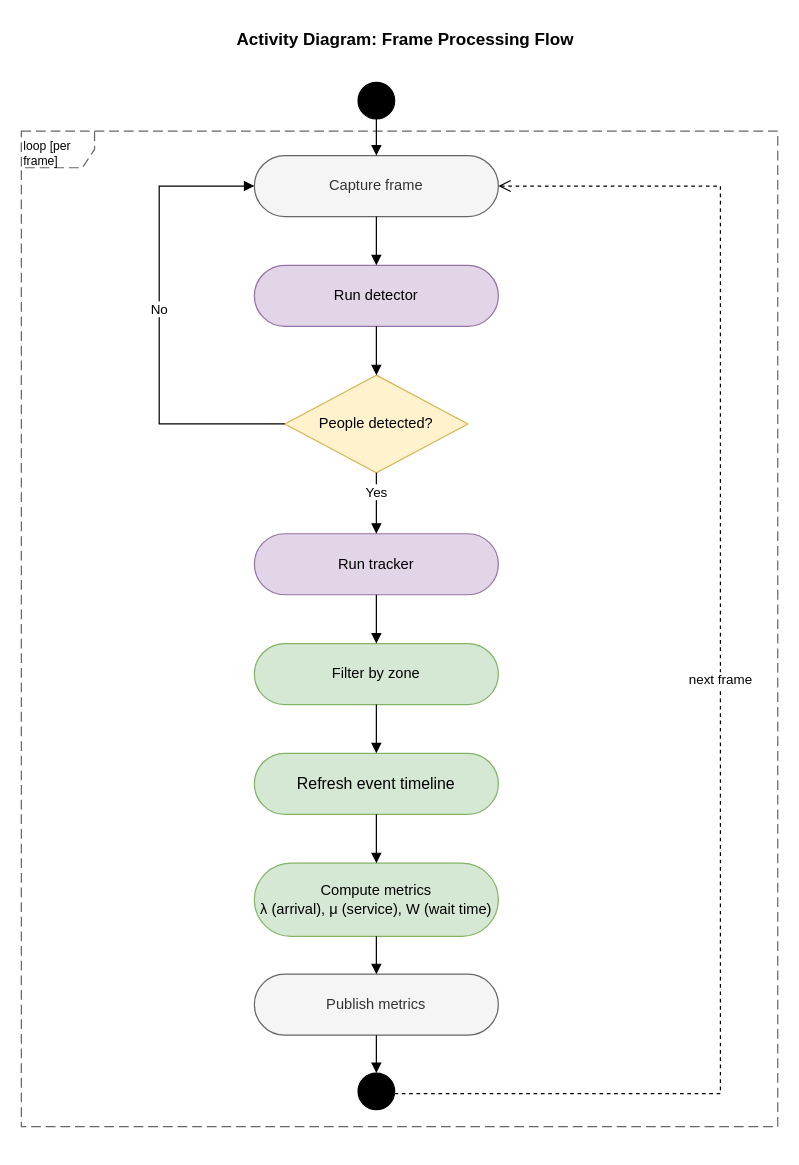
Salmen-BA21/Queue-Wait-Time-Estimation keeps this draw.io diagram as report-latex/figures/drawio/chapter3_activity.drawio. Above is the earlier version. Source tidied: cells renumbered, new cells numbered last; positions are measured from the earlier drawing's top-left corner, leaving out a move shared by most shapes. Both pictures are drawn from the tidied source at 122%, with x=0, y=0 at pixel (21, 21).
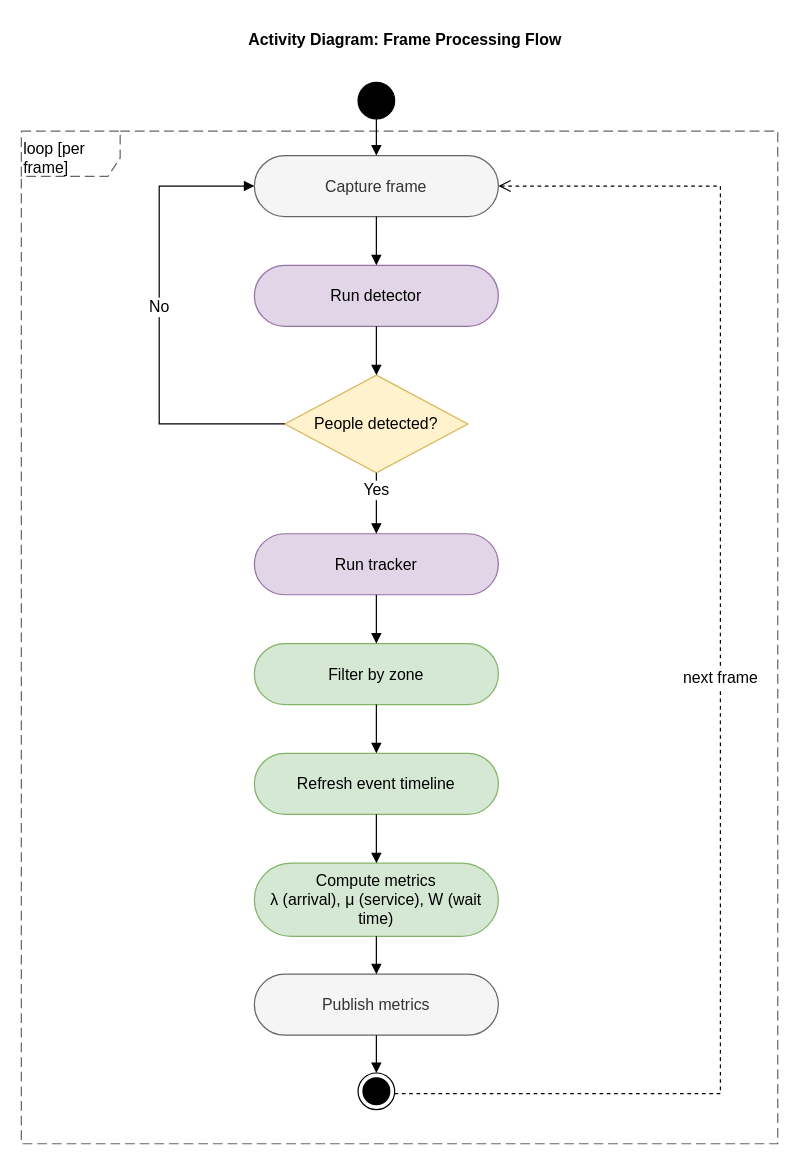
After the change.

Diff of the diagram source:
```diff
@@
-    <mxCell id="2" value="loop [per frame]" style="shape=umlFrame;whiteSpace=wrap;html=1;fillColor=none;strokeColor=#666666;dashed=1;dashPattern=8 4;fontSize=10;verticalAlign=top;align=left;" parent="1" vertex="1">
-      <mxGeometry y="90" width="620" height="816" as="geometry" />
+    <mxCell id="2" value="loop [per frame]" style="shape=umlFrame;whiteSpace=wrap;html=1;fillColor=none;strokeColor=#666666;dashed=1;dashPattern=8 4;fontSize=13;verticalAlign=top;align=left;strokeWidth=1;width=81;height=37;" parent="1" vertex="1">
+      <mxGeometry y="90" width="620" height="830" as="geometry" />
     </mxCell>
-    <mxCell id="3" value="&amp;nbsp;Activity Diagram: Frame Processing Flow" style="text;html=1;strokeColor=none;fillColor=none;align=center;verticalAlign=middle;whiteSpace=wrap;rounded=0;fontSize=14;fontStyle=1;" parent="1" vertex="1">
+    <mxCell id="3" value="&amp;nbsp;Activity Diagram: Frame Processing Flow" style="text;html=1;strokeColor=none;fillColor=none;align=center;verticalAlign=middle;whiteSpace=wrap;rounded=0;fontSize=13;fontStyle=1;strokeWidth=1;" parent="1" vertex="1">
       <mxGeometry x="13" width="600" height="30" as="geometry" />
     </mxCell>
-    <mxCell id="4" style="ellipse;html=1;shape=doubleEllipse;whiteSpace=wrap;fillColor=#000000;strokeColor=#000000;" parent="1" vertex="1">
+    <mxCell id="4" style="ellipse;html=1;shape=doubleEllipse;whiteSpace=wrap;fillColor=#000000;strokeColor=#000000;strokeWidth=1;fontSize=13;" parent="1" vertex="1">
       <mxGeometry x="276" y="50" width="30" height="30" as="geometry" />
     </mxCell>
-    <mxCell id="5" value="Capture frame" style="rounded=1;whiteSpace=wrap;html=1;arcSize=50;fillColor=#f5f5f5;strokeColor=#666666;fontColor=#333333;" parent="1" vertex="1">
+    <mxCell id="5" value="Capture frame" style="rounded=1;whiteSpace=wrap;html=1;arcSize=50;fillColor=#f5f5f5;strokeColor=#666666;fontColor=#333333;strokeWidth=1;fontSize=13;" parent="1" vertex="1">
       <mxGeometry x="191" y="110" width="200" height="50" as="geometry" />
     </mxCell>
-    <mxCell id="6" value="Run detector" style="rounded=1;whiteSpace=wrap;html=1;arcSize=50;fillColor=#e1d5e7;strokeColor=#9673a6;" parent="1" vertex="1">
+    <mxCell id="6" value="Run detector" style="rounded=1;whiteSpace=wrap;html=1;arcSize=50;fillColor=#e1d5e7;strokeColor=#9673a6;strokeWidth=1;fontSize=13;" parent="1" vertex="1">
       <mxGeometry x="191" y="200" width="200" height="50" as="geometry" />
     </mxCell>
-    <mxCell id="7" value="People detected?" style="rhombus;whiteSpace=wrap;html=1;fillColor=#fff2cc;strokeColor=#d6b656;verticalAlign=middle;" parent="1" vertex="1">
+    <mxCell id="7" value="People detected?" style="rhombus;whiteSpace=wrap;html=1;fillColor=#fff2cc;strokeColor=#d6b656;verticalAlign=middle;strokeWidth=1;fontSize=13;" parent="1" vertex="1">
       <mxGeometry x="216" y="290" width="150" height="80" as="geometry" />
     </mxCell>
-    <mxCell id="8" value="Run tracker" style="rounded=1;whiteSpace=wrap;html=1;arcSize=50;fillColor=#e1d5e7;strokeColor=#9673a6;" parent="1" vertex="1">
+    <mxCell id="8" value="Run tracker" style="rounded=1;whiteSpace=wrap;html=1;arcSize=50;fillColor=#e1d5e7;strokeColor=#9673a6;strokeWidth=1;fontSize=13;" parent="1" vertex="1">
       <mxGeometry x="191" y="420" width="200" height="50" as="geometry" />
     </mxCell>
-    <mxCell id="9" value="Filter by zone" style="rounded=1;whiteSpace=wrap;html=1;arcSize=50;fillColor=#d5e8d4;strokeColor=#82b366;" parent="1" vertex="1">
+    <mxCell id="9" value="Filter by zone" style="rounded=1;whiteSpace=wrap;html=1;arcSize=50;fillColor=#d5e8d4;strokeColor=#82b366;strokeWidth=1;fontSize=13;" parent="1" vertex="1">
       <mxGeometry x="191" y="510" width="200" height="50" as="geometry" />
     </mxCell>
-    <mxCell id="10" value="&lt;div style=&quot;text-align: start;&quot;&gt;&lt;span style=&quot;font-size: 13px;&quot;&gt;&lt;font face=&quot;Helvetica&quot; style=&quot;color: rgb(0, 0, 0);&quot;&gt;Refresh event timeline&lt;/font&gt;&lt;/span&gt;&lt;/div&gt;" style="rounded=1;whiteSpace=wrap;html=1;arcSize=50;fillColor=#d5e8d4;strokeColor=#82b366;" parent="1" vertex="1">
+    <mxCell id="10" value="&lt;div style=&quot;text-align: start;&quot;&gt;&lt;span&gt;&lt;font style=&quot;color: rgb(0, 0, 0);&quot; face=&quot;Helvetica&quot;&gt;Refresh event timeline&lt;/font&gt;&lt;/span&gt;&lt;/div&gt;" style="rounded=1;whiteSpace=wrap;html=1;arcSize=50;fillColor=#d5e8d4;strokeColor=#82b366;strokeWidth=1;fontSize=13;" parent="1" vertex="1">
       <mxGeometry x="191" y="600" width="200" height="50" as="geometry" />
     </mxCell>
-    <mxCell id="11" value="Compute metrics&#10;λ (arrival), μ (service), W (wait time)" style="rounded=1;whiteSpace=wrap;html=1;arcSize=50;fillColor=#d5e8d4;strokeColor=#82b366;" parent="1" vertex="1">
+    <mxCell id="11" value="Compute metrics&#10;λ (arrival), μ (service), W (wait time)" style="rounded=1;whiteSpace=wrap;html=1;arcSize=50;fillColor=#d5e8d4;strokeColor=#82b366;strokeWidth=1;fontSize=13;" parent="1" vertex="1">
       <mxGeometry x="191" y="690" width="200" height="60" as="geometry" />
     </mxCell>
-    <mxCell id="12" value="Publish metrics" style="rounded=1;whiteSpace=wrap;html=1;arcSize=50;fillColor=#f5f5f5;strokeColor=#666666;fontColor=#333333;" parent="1" vertex="1">
+    <mxCell id="12" value="Publish metrics" style="rounded=1;whiteSpace=wrap;html=1;arcSize=50;fillColor=#f5f5f5;strokeColor=#666666;fontColor=#333333;strokeWidth=1;fontSize=13;" parent="1" vertex="1">
       <mxGeometry x="191" y="781" width="200" height="50" as="geometry" />
     </mxCell>
-    <mxCell id="13" style="ellipse;html=1;shape=doubleEllipse;whiteSpace=wrap;fillColor=#000000;strokeColor=#000000;" parent="1" vertex="1">
-      <mxGeometry x="276" y="862" width="30" height="30" as="geometry" />
-    </mxCell>
-    <mxCell id="14" style="html=1;verticalAlign=bottom;endArrow=block;endFill=1;rounded=0;" parent="1" edge="1" source="4" target="5">
+    <mxCell id="14" style="html=1;verticalAlign=bottom;endArrow=block;endFill=1;rounded=0;strokeWidth=1;fontSize=13;" parent="1" edge="1" source="4" target="5">
       <mxGeometry relative="1" as="geometry" />
     </mxCell>
-    <mxCell id="15" style="html=1;verticalAlign=bottom;endArrow=block;endFill=1;rounded=0;" parent="1" edge="1" source="5" target="6">
+    <mxCell id="15" style="html=1;verticalAlign=bottom;endArrow=block;endFill=1;rounded=0;strokeWidth=1;fontSize=13;" parent="1" edge="1" source="5" target="6">
       <mxGeometry relative="1" as="geometry" />
     </mxCell>
-    <mxCell id="16" style="html=1;verticalAlign=bottom;endArrow=block;endFill=1;rounded=0;" parent="1" edge="1" source="6" target="7">
+    <mxCell id="16" style="html=1;verticalAlign=bottom;endArrow=block;endFill=1;rounded=0;strokeWidth=1;fontSize=13;" parent="1" edge="1" source="6" target="7">
       <mxGeometry relative="1" as="geometry" />
     </mxCell>
-    <mxCell id="17" value="No" style="html=1;verticalAlign=bottom;endArrow=block;endFill=1;rounded=0;edgeStyle=orthogonalEdgeStyle;exitX=0;exitY=0.5;exitDx=0;exitDy=0;" parent="1" edge="1" source="7" target="5">
+    <mxCell id="17" value="No" style="html=1;verticalAlign=bottom;endArrow=block;endFill=1;rounded=0;edgeStyle=orthogonalEdgeStyle;exitX=0;exitY=0.5;exitDx=0;exitDy=0;strokeWidth=1;fontSize=13;" parent="1" edge="1" source="7" target="5">
       <mxGeometry relative="1" as="geometry">
         <Array as="points">
           <mxPoint x="113" y="330" />
           <mxPoint x="113" y="135" />
         </Array>
       </mxGeometry>
     </mxCell>
-    <mxCell id="18" value="Yes" style="html=1;verticalAlign=bottom;endArrow=block;endFill=1;rounded=0;" parent="1" edge="1" source="7" target="8">
+    <mxCell id="18" value="Yes" style="html=1;verticalAlign=bottom;endArrow=block;endFill=1;rounded=0;strokeWidth=1;fontSize=13;" parent="1" edge="1" source="7" target="8">
       <mxGeometry relative="1" as="geometry" />
     </mxCell>
-    <mxCell id="19" style="html=1;verticalAlign=bottom;endArrow=block;endFill=1;rounded=0;" parent="1" edge="1" source="8" target="9">
+    <mxCell id="19" style="html=1;verticalAlign=bottom;endArrow=block;endFill=1;rounded=0;strokeWidth=1;fontSize=13;" parent="1" edge="1" source="8" target="9">
       <mxGeometry relative="1" as="geometry" />
     </mxCell>
-    <mxCell id="20" style="html=1;verticalAlign=bottom;endArrow=block;endFill=1;rounded=0;" parent="1" edge="1" source="9" target="10">
+    <mxCell id="20" style="html=1;verticalAlign=bottom;endArrow=block;endFill=1;rounded=0;strokeWidth=1;fontSize=13;" parent="1" edge="1" source="9" target="10">
       <mxGeometry relative="1" as="geometry" />
     </mxCell>
-    <mxCell id="21" style="html=1;verticalAlign=bottom;endArrow=block;endFill=1;rounded=0;" parent="1" edge="1" source="10" target="11">
+    <mxCell id="21" style="html=1;verticalAlign=bottom;endArrow=block;endFill=1;rounded=0;strokeWidth=1;fontSize=13;" parent="1" edge="1" source="10" target="11">
       <mxGeometry relative="1" as="geometry" />
     </mxCell>
-    <mxCell id="22" style="html=1;verticalAlign=bottom;endArrow=block;endFill=1;rounded=0;" parent="1" edge="1" source="11" target="12">
+    <mxCell id="22" style="html=1;verticalAlign=bottom;endArrow=block;endFill=1;rounded=0;strokeWidth=1;fontSize=13;" parent="1" edge="1" source="11" target="12">
       <mxGeometry relative="1" as="geometry" />
     </mxCell>
-    <mxCell id="23" style="html=1;verticalAlign=bottom;endArrow=block;endFill=1;rounded=0;" parent="1" edge="1" source="12" target="13">
-      <mxGeometry relative="1" as="geometry" />
+    <mxCell id="23" style="html=1;verticalAlign=bottom;endArrow=block;endFill=1;rounded=0;strokeWidth=1;fontSize=13;" parent="1" edge="1" source="12">
+      <mxGeometry relative="1" as="geometry">
+        <mxPoint x="291" y="862" as="targetPoint" />
+      </mxGeometry>
     </mxCell>
-    <mxCell id="24" value="next frame" style="html=1;verticalAlign=bottom;endArrow=open;dashed=1;endSize=8;rounded=0;edgeStyle=orthogonalEdgeStyle;" parent="1" edge="1" source="13" target="5">
+    <mxCell id="24" value="next frame" style="html=1;verticalAlign=bottom;endArrow=open;dashed=1;endSize=8;rounded=0;edgeStyle=orthogonalEdgeStyle;strokeWidth=1;fontSize=13;" parent="1" edge="1" target="5">
       <mxGeometry relative="1" as="geometry">
+        <mxPoint x="305.9" y="879" as="sourcePoint" />
         <Array as="points">
           <mxPoint x="573" y="879" />
           <mxPoint x="573" y="135" />
         </Array>
       </mxGeometry>
     </mxCell>
+    <mxCell id="25" style="ellipse;html=1;shape=endState;fillColor=strokeColor;" parent="1" vertex="1">
+      <mxGeometry x="276" y="862" width="30" height="30" as="geometry" />
+    </mxCell>
```
